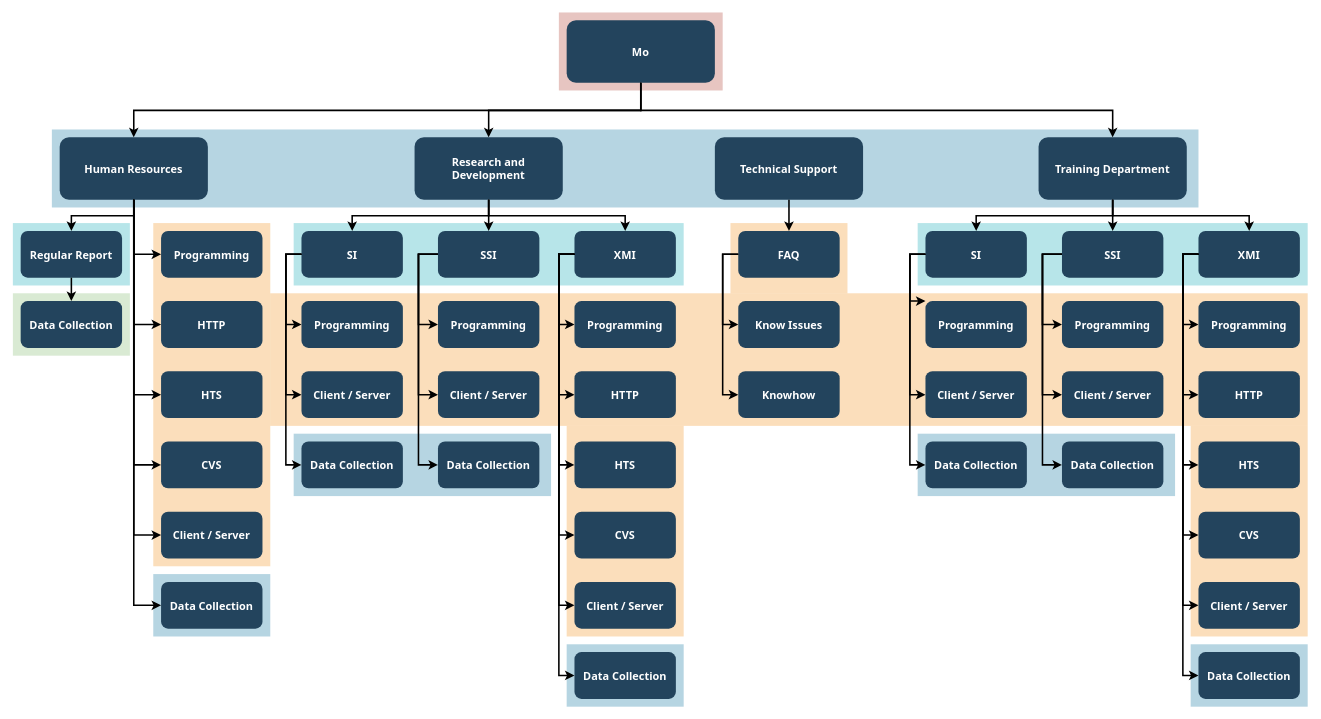
Earlier version of the draw.io diagram Untitled Diagram.drawio (alishgosai/draw-io). Source tidied: cells renumbered, new cells numbered last; positions are measured from the earlier drawing's top-left corner, leaving out a move shared by most shapes. Both pictures are drawn from the tidied source at 78%, with x=0, y=0 at pixel (12, 12).
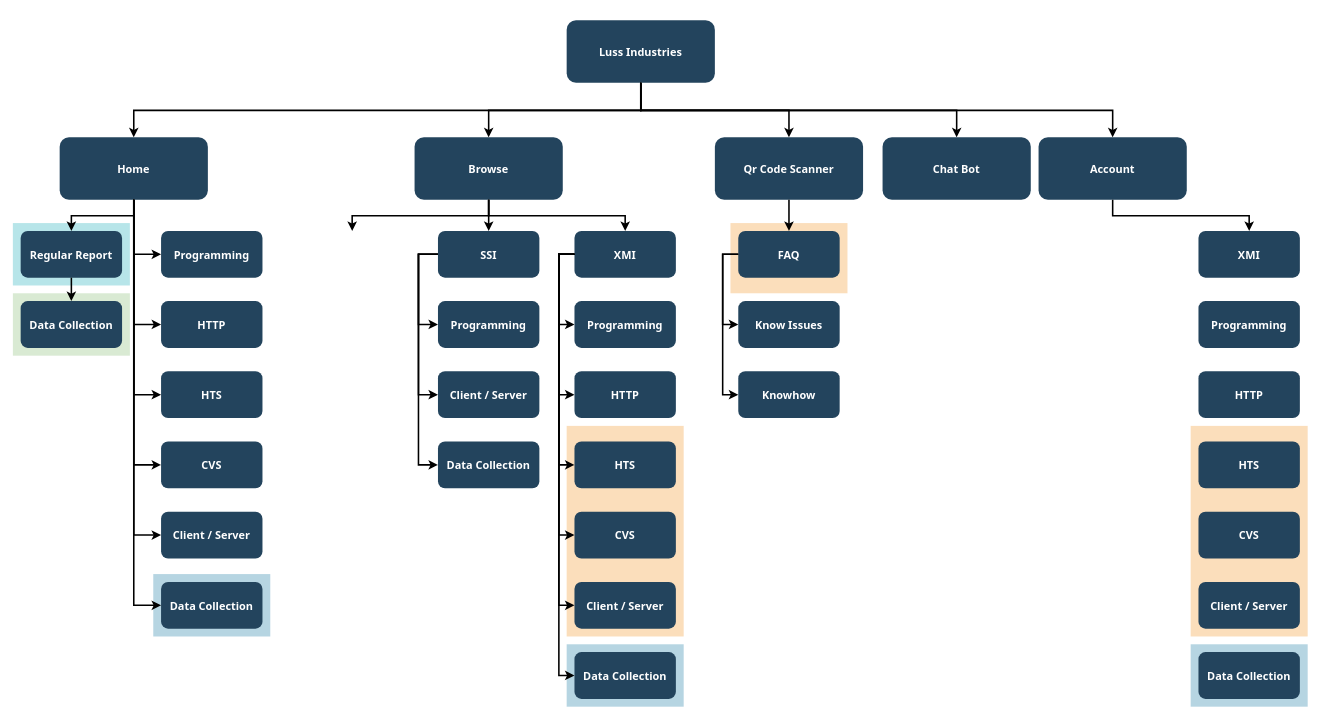
After the change.

The change refers to these unchanged cells:
```xml
<mxCell id="58" value="XMI" style="rounded=1;fillColor=#23445D;gradientColor=none;strokeColor=none;fontColor=#FFFFFF;fontStyle=1;fontFamily=Tahoma;fontSize=14;" parent="1" vertex="1">
  <mxGeometry x="1520" y="279.5" width="130" height="60" as="geometry" />
</mxCell>
<mxCell id="59" value="Programming" style="rounded=1;fillColor=#23445D;gradientColor=none;strokeColor=none;fontColor=#FFFFFF;fontStyle=1;fontFamily=Tahoma;fontSize=14;" parent="1" vertex="1">
  <mxGeometry x="1520" y="369.5" width="130" height="60" as="geometry" />
</mxCell>
<mxCell id="60" value="HTTP" style="rounded=1;fillColor=#23445D;gradientColor=none;strokeColor=none;fontColor=#FFFFFF;fontStyle=1;fontFamily=Tahoma;fontSize=14;" parent="1" vertex="1">
  <mxGeometry x="1520" y="459.5" width="130" height="60" as="geometry" />
</mxCell>
<mxCell id="61" value="HTS" style="rounded=1;fillColor=#23445D;gradientColor=none;strokeColor=none;fontColor=#FFFFFF;fontStyle=1;fontFamily=Tahoma;fontSize=14;" parent="1" vertex="1">
  <mxGeometry x="1520" y="549.5" width="130" height="60" as="geometry" />
</mxCell>
<mxCell id="62" value="CVS" style="rounded=1;fillColor=#23445D;gradientColor=none;strokeColor=none;fontColor=#FFFFFF;fontStyle=1;fontFamily=Tahoma;fontSize=14;" parent="1" vertex="1">
  <mxGeometry x="1520" y="639.5" width="130" height="60" as="geometry" />
</mxCell>
<mxCell id="63" value="Client / Server" style="rounded=1;fillColor=#23445D;gradientColor=none;strokeColor=none;fontColor=#FFFFFF;fontStyle=1;fontFamily=Tahoma;fontSize=14;" parent="1" vertex="1">
  <mxGeometry x="1520" y="729.5" width="130" height="60" as="geometry" />
</mxCell>
<mxCell id="64" value="Data Collection" style="rounded=1;fillColor=#23445D;gradientColor=none;strokeColor=none;fontColor=#FFFFFF;fontStyle=1;fontFamily=Tahoma;fontSize=14;" parent="1" vertex="1">
  <mxGeometry x="1520" y="819.5" width="130" height="60" as="geometry" />
</mxCell>
```

What changed in the source:
```diff
@@
-    <mxCell id="2" style="fillColor=#AE4132;strokeColor=none;opacity=30;" parent="1" vertex="1">
-      <mxGeometry x="700" y="-0.5" width="210" height="100" as="geometry" />
-    </mxCell>
-    <mxCell id="3" style="fillColor=#10739E;strokeColor=none;opacity=30;" parent="1" vertex="1">
-      <mxGeometry x="50" y="149.5" width="1470" height="100" as="geometry" />
-    </mxCell>
@@
-    <mxCell id="7" style="fillColor=#F2931E;strokeColor=none;opacity=30;" parent="1" vertex="1">
-      <mxGeometry x="180" y="269.5" width="150" height="440" as="geometry" />
-    </mxCell>
-    <mxCell id="8" style="fillColor=#F2931E;strokeColor=none;opacity=30;" parent="1" vertex="1">
-      <mxGeometry x="330" y="359.5" width="1330" height="170" as="geometry" />
-    </mxCell>
@@
-    <mxCell id="10" style="fillColor=#10739E;strokeColor=none;opacity=30;" parent="1" vertex="1">
-      <mxGeometry x="1160" y="539.5" width="330" height="80" as="geometry" />
-    </mxCell>
@@
-    <mxCell id="12" style="fillColor=#10739E;strokeColor=none;opacity=30;" parent="1" vertex="1">
-      <mxGeometry x="360" y="539.5" width="330" height="80" as="geometry" />
-    </mxCell>
@@
-    <mxCell id="15" style="fillColor=#12AAB5;strokeColor=none;opacity=30;" parent="1" vertex="1">
-      <mxGeometry x="1160" y="269.5" width="500" height="80" as="geometry" />
-    </mxCell>
-    <mxCell id="16" style="fillColor=#12AAB5;strokeColor=none;opacity=30;" parent="1" vertex="1">
-      <mxGeometry x="360" y="269.5" width="500" height="80" as="geometry" />
-    </mxCell>
@@
-    <mxCell id="18" value="Mo" style="rounded=1;fillColor=#23445D;gradientColor=none;strokeColor=none;fontColor=#FFFFFF;fontStyle=1;fontFamily=Tahoma;fontSize=14;" parent="1" vertex="1">
+    <mxCell id="18" value="Luss Industries" style="rounded=1;fillColor=#23445D;gradientColor=none;strokeColor=none;fontColor=#FFFFFF;fontStyle=1;fontFamily=Tahoma;fontSize=14;" parent="1" vertex="1">
       <mxGeometry x="710" y="9.5" width="190" height="80" as="geometry" />
     </mxCell>
-    <mxCell id="19" value="Training Department" style="rounded=1;fillColor=#23445D;gradientColor=none;strokeColor=none;fontColor=#FFFFFF;fontStyle=1;fontFamily=Tahoma;fontSize=14;" parent="1" vertex="1">
+    <mxCell id="19" value="Account" style="rounded=1;fillColor=#23445D;gradientColor=none;strokeColor=none;fontColor=#FFFFFF;fontStyle=1;fontFamily=Tahoma;fontSize=14;" parent="1" vertex="1">
       <mxGeometry x="1315" y="159.5" width="190" height="80" as="geometry" />
     </mxCell>
@@
-    <mxCell id="21" value="Technical Support" style="rounded=1;fillColor=#23445D;gradientColor=none;strokeColor=none;fontColor=#FFFFFF;fontStyle=1;fontFamily=Tahoma;fontSize=14;" parent="1" vertex="1">
+    <mxCell id="21" value="Qr Code Scanner" style="rounded=1;fillColor=#23445D;gradientColor=none;strokeColor=none;fontColor=#FFFFFF;fontStyle=1;fontFamily=Tahoma;fontSize=14;" parent="1" vertex="1">
       <mxGeometry x="900" y="159.5" width="190" height="80" as="geometry" />
     </mxCell>
-    <mxCell id="22" value="Research and &#10;Development" style="rounded=1;fillColor=#23445D;gradientColor=none;strokeColor=none;fontColor=#FFFFFF;fontStyle=1;fontFamily=Tahoma;fontSize=14;" parent="1" vertex="1">
+    <mxCell id="22" value="Browse" style="rounded=1;fillColor=#23445D;gradientColor=none;strokeColor=none;fontColor=#FFFFFF;fontStyle=1;fontFamily=Tahoma;fontSize=14;" parent="1" vertex="1">
       <mxGeometry x="515" y="159.5" width="190" height="80" as="geometry" />
     </mxCell>
-    <mxCell id="23" value="Human Resources" style="rounded=1;fillColor=#23445D;gradientColor=none;strokeColor=none;fontColor=#FFFFFF;fontStyle=1;fontFamily=Tahoma;fontSize=14;" parent="1" vertex="1">
+    <mxCell id="23" value="Home" style="rounded=1;fillColor=#23445D;gradientColor=none;strokeColor=none;fontColor=#FFFFFF;fontStyle=1;fontFamily=Tahoma;fontSize=14;" parent="1" vertex="1">
       <mxGeometry x="60" y="159.5" width="190" height="80" as="geometry" />
     </mxCell>
@@
-    <mxCell id="32" value="SI" style="rounded=1;fillColor=#23445D;gradientColor=none;strokeColor=none;fontColor=#FFFFFF;fontStyle=1;fontFamily=Tahoma;fontSize=14;" parent="1" vertex="1">
-      <mxGeometry x="370" y="279.5" width="130" height="60" as="geometry" />
-    </mxCell>
-    <mxCell id="33" value="Programming" style="rounded=1;fillColor=#23445D;gradientColor=none;strokeColor=none;fontColor=#FFFFFF;fontStyle=1;fontFamily=Tahoma;fontSize=14;" parent="1" vertex="1">
-      <mxGeometry x="370" y="369.5" width="130" height="60" as="geometry" />
-    </mxCell>
-    <mxCell id="34" value="Client / Server" style="rounded=1;fillColor=#23445D;gradientColor=none;strokeColor=none;fontColor=#FFFFFF;fontStyle=1;fontFamily=Tahoma;fontSize=14;" parent="1" vertex="1">
-      <mxGeometry x="370" y="459.5" width="130" height="60" as="geometry" />
-    </mxCell>
-    <mxCell id="35" value="Data Collection" style="rounded=1;fillColor=#23445D;gradientColor=none;strokeColor=none;fontColor=#FFFFFF;fontStyle=1;fontFamily=Tahoma;fontSize=14;" parent="1" vertex="1">
-      <mxGeometry x="370" y="549.5" width="130" height="60" as="geometry" />
-    </mxCell>
@@
-    <mxCell id="50" value="SI" style="rounded=1;fillColor=#23445D;gradientColor=none;strokeColor=none;fontColor=#FFFFFF;fontStyle=1;fontFamily=Tahoma;fontSize=14;" parent="1" vertex="1">
-      <mxGeometry x="1170" y="279.5" width="130" height="60" as="geometry" />
-    </mxCell>
-    <mxCell id="51" value="Programming" style="rounded=1;fillColor=#23445D;gradientColor=none;strokeColor=none;fontColor=#FFFFFF;fontStyle=1;fontFamily=Tahoma;fontSize=14;" parent="1" vertex="1">
-      <mxGeometry x="1170" y="369.5" width="130" height="60" as="geometry" />
-    </mxCell>
-    <mxCell id="52" value="Client / Server" style="rounded=1;fillColor=#23445D;gradientColor=none;strokeColor=none;fontColor=#FFFFFF;fontStyle=1;fontFamily=Tahoma;fontSize=14;" parent="1" vertex="1">
-      <mxGeometry x="1170" y="459.5" width="130" height="60" as="geometry" />
-    </mxCell>
-    <mxCell id="53" value="Data Collection" style="rounded=1;fillColor=#23445D;gradientColor=none;strokeColor=none;fontColor=#FFFFFF;fontStyle=1;fontFamily=Tahoma;fontSize=14;" parent="1" vertex="1">
-      <mxGeometry x="1170" y="549.5" width="130" height="60" as="geometry" />
-    </mxCell>
-    <mxCell id="54" value="SSI" style="rounded=1;fillColor=#23445D;gradientColor=none;strokeColor=none;fontColor=#FFFFFF;fontStyle=1;fontFamily=Tahoma;fontSize=14;" parent="1" vertex="1">
-      <mxGeometry x="1345" y="279.5" width="130" height="60" as="geometry" />
-    </mxCell>
-    <mxCell id="55" value="Programming" style="rounded=1;fillColor=#23445D;gradientColor=none;strokeColor=none;fontColor=#FFFFFF;fontStyle=1;fontFamily=Tahoma;fontSize=14;" parent="1" vertex="1">
-      <mxGeometry x="1345" y="369.5" width="130" height="60" as="geometry" />
-    </mxCell>
-    <mxCell id="56" value="Client / Server" style="rounded=1;fillColor=#23445D;gradientColor=none;strokeColor=none;fontColor=#FFFFFF;fontStyle=1;fontFamily=Tahoma;fontSize=14;" parent="1" vertex="1">
-      <mxGeometry x="1345" y="459.5" width="130" height="60" as="geometry" />
-    </mxCell>
-    <mxCell id="57" value="Data Collection" style="rounded=1;fillColor=#23445D;gradientColor=none;strokeColor=none;fontColor=#FFFFFF;fontStyle=1;fontFamily=Tahoma;fontSize=14;" parent="1" vertex="1">
-      <mxGeometry x="1345" y="549.5" width="130" height="60" as="geometry" />
-    </mxCell>
@@
-    <mxCell id="74" style="edgeStyle=elbowEdgeStyle;elbow=horizontal;strokeWidth=2;rounded=0;" parent="1" edge="1" source="32" target="33">
-      <mxGeometry x="-23" y="135.5" as="geometry">
-        <Array as="points">
-          <mxPoint x="350" y="359.5" />
-        </Array>
-      </mxGeometry>
-    </mxCell>
-    <mxCell id="75" style="edgeStyle=elbowEdgeStyle;elbow=horizontal;strokeWidth=2;rounded=0;" parent="1" edge="1" source="32" target="34">
-      <mxGeometry x="-23" y="135.5" as="geometry">
-        <Array as="points">
-          <mxPoint x="350" y="399.5" />
-        </Array>
-      </mxGeometry>
-    </mxCell>
-    <mxCell id="76" style="edgeStyle=elbowEdgeStyle;elbow=horizontal;strokeWidth=2;rounded=0;" parent="1" edge="1" source="32" target="35">
-      <mxGeometry x="-23" y="135.5" as="geometry">
-        <Array as="points">
-          <mxPoint x="350" y="439.5" />
-        </Array>
-      </mxGeometry>
-    </mxCell>
@@
-    <mxCell id="88" style="edgeStyle=elbowEdgeStyle;elbow=horizontal;strokeWidth=2;rounded=0;" parent="1" edge="1" source="50" target="51">
-      <mxGeometry x="-23" y="135.5" as="geometry">
-        <Array as="points">
-          <mxPoint x="1150" y="369.5" />
-        </Array>
-      </mxGeometry>
-    </mxCell>
-    <mxCell id="89" style="edgeStyle=elbowEdgeStyle;elbow=horizontal;strokeWidth=2;rounded=0;" parent="1" edge="1" source="50" target="52">
-      <mxGeometry x="-23" y="135.5" as="geometry">
-        <Array as="points">
-          <mxPoint x="1150" y="399.5" />
-        </Array>
-      </mxGeometry>
-    </mxCell>
-    <mxCell id="90" style="edgeStyle=elbowEdgeStyle;elbow=horizontal;strokeWidth=2;rounded=0;" parent="1" edge="1" source="50" target="53">
-      <mxGeometry x="-23" y="135.5" as="geometry">
-        <Array as="points">
-          <mxPoint x="1150" y="449.5" />
-        </Array>
-      </mxGeometry>
-    </mxCell>
-    <mxCell id="91" style="edgeStyle=elbowEdgeStyle;elbow=horizontal;strokeWidth=2;rounded=0;" parent="1" edge="1" source="54" target="55">
-      <mxGeometry x="-23" y="135.5" as="geometry">
-        <Array as="points">
-          <mxPoint x="1320" y="359.5" />
-        </Array>
-      </mxGeometry>
-    </mxCell>
-    <mxCell id="92" style="edgeStyle=elbowEdgeStyle;elbow=horizontal;strokeWidth=2;rounded=0;" parent="1" edge="1" source="54" target="56">
-      <mxGeometry x="-23" y="135.5" as="geometry">
-        <Array as="points">
-          <mxPoint x="1320" y="419.5" />
-        </Array>
-      </mxGeometry>
-    </mxCell>
-    <mxCell id="93" style="edgeStyle=elbowEdgeStyle;elbow=horizontal;strokeWidth=2;rounded=0;" parent="1" edge="1" source="54" target="57">
-      <mxGeometry x="-23" y="135.5" as="geometry">
-        <Array as="points">
-          <mxPoint x="1320" y="449.5" />
-        </Array>
-      </mxGeometry>
-    </mxCell>
-    <mxCell id="94" style="edgeStyle=elbowEdgeStyle;elbow=horizontal;strokeWidth=2;rounded=0;" parent="1" edge="1" source="58" target="59">
-      <mxGeometry x="-23" y="135.5" as="geometry">
-        <Array as="points">
-          <mxPoint x="1500" y="359.5" />
-        </Array>
-      </mxGeometry>
-    </mxCell>
-    <mxCell id="95" style="edgeStyle=elbowEdgeStyle;elbow=horizontal;strokeWidth=2;rounded=0;" parent="1" edge="1" source="58" target="60">
-      <mxGeometry x="-23" y="135.5" as="geometry">
-        <Array as="points">
-          <mxPoint x="1500" y="399.5" />
-        </Array>
-      </mxGeometry>
-    </mxCell>
-    <mxCell id="96" style="edgeStyle=elbowEdgeStyle;elbow=horizontal;strokeWidth=2;rounded=0;" parent="1" edge="1" source="58" target="61">
-      <mxGeometry x="-23" y="135.5" as="geometry">
-        <Array as="points">
-          <mxPoint x="1500" y="449.5" />
-        </Array>
-      </mxGeometry>
-    </mxCell>
-    <mxCell id="97" style="edgeStyle=elbowEdgeStyle;elbow=horizontal;strokeWidth=2;rounded=0;" parent="1" edge="1" source="58" target="62">
-      <mxGeometry x="-23" y="135.5" as="geometry">
-        <Array as="points">
-          <mxPoint x="1500" y="499.5" />
-        </Array>
-      </mxGeometry>
-    </mxCell>
-    <mxCell id="98" style="edgeStyle=elbowEdgeStyle;elbow=horizontal;strokeWidth=2;rounded=0;" parent="1" edge="1" source="58" target="63">
-      <mxGeometry x="-23" y="135.5" as="geometry">
-        <Array as="points">
-          <mxPoint x="1500" y="549.5" />
-        </Array>
-      </mxGeometry>
-    </mxCell>
-    <mxCell id="99" style="edgeStyle=elbowEdgeStyle;elbow=horizontal;strokeWidth=2;rounded=0;" parent="1" edge="1" source="58" target="64">
-      <mxGeometry x="-23" y="135.5" as="geometry">
-        <Array as="points">
-          <mxPoint x="1500" y="589.5" />
-        </Array>
-      </mxGeometry>
-    </mxCell>
-    <mxCell id="100" style="edgeStyle=elbowEdgeStyle;elbow=vertical;strokeWidth=2;rounded=0;" parent="1" edge="1" source="22" target="32">
-      <mxGeometry x="-23" y="135.5" as="geometry" />
+    <mxCell id="100" style="edgeStyle=elbowEdgeStyle;elbow=vertical;strokeWidth=2;rounded=0;" parent="1" edge="1" source="22">
+      <mxGeometry x="-23" y="135.5" as="geometry">
+        <mxPoint x="435" y="279.5" as="targetPoint" />
+      </mxGeometry>
     </mxCell>
@@
-    <mxCell id="104" style="edgeStyle=elbowEdgeStyle;elbow=vertical;strokeWidth=2;rounded=0;" parent="1" edge="1" source="19" target="54">
-      <mxGeometry x="-23" y="135.5" as="geometry" />
-    </mxCell>
-    <mxCell id="105" style="edgeStyle=elbowEdgeStyle;elbow=vertical;strokeWidth=2;rounded=0;" parent="1" edge="1" source="19" target="50">
-      <mxGeometry x="-23" y="135.5" as="geometry" />
-    </mxCell>
@@
+    <mxCell id="108" style="edgeStyle=elbowEdgeStyle;elbow=vertical;strokeWidth=2;rounded=0;exitX=0.5;exitY=1;exitDx=0;exitDy=0;entryX=0.5;entryY=0;entryDx=0;entryDy=0;" parent="1" edge="1" source="18" target="21">
+      <mxGeometry x="347" y="225.5" as="geometry" />
+    </mxCell>
+    <mxCell id="109" style="edgeStyle=elbowEdgeStyle;elbow=vertical;strokeWidth=2;rounded=0;exitX=0.5;exitY=1;exitDx=0;exitDy=0;entryX=0.5;entryY=0;entryDx=0;entryDy=0;" parent="1" edge="1" source="18" target="110">
+      <mxGeometry x="347" y="225.5" as="geometry" />
+    </mxCell>
+    <mxCell id="110" value="Chat Bot" style="rounded=1;fillColor=#23445D;gradientColor=none;strokeColor=none;fontColor=#FFFFFF;fontStyle=1;fontFamily=Tahoma;fontSize=14;" parent="1" vertex="1">
+      <mxGeometry x="1115" y="159.5" width="190" height="80" as="geometry" />
+    </mxCell>
```
